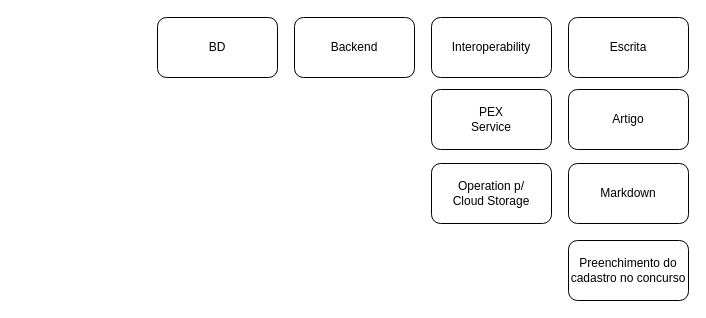
Before: page "Plano" (6 of 6) of docs/release-manager.drawio in release-manager-2023/concurso-intersystems-2023, a draw.io diagram. Source tidied: cells renumbered, new cells numbered last; positions are measured from the earlier drawing's top-left corner, leaving out a move shared by most shapes. Both pictures are drawn from the tidied source at 100%, with x=0, y=0 at pixel (157, 17).
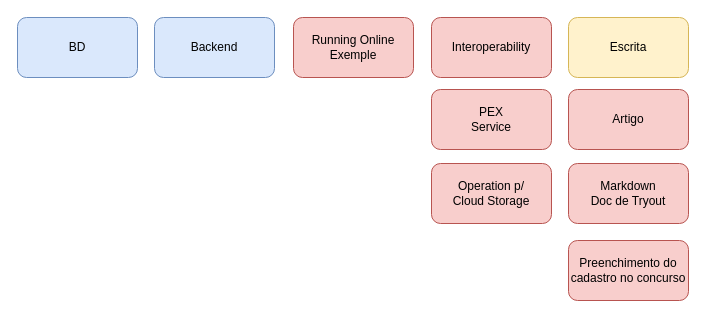
Above is the later version.

The edit, as a diff of the source:
```diff
@@
 <mxGraphModel>
   <root>
     <mxCell id="0" />
     <mxCell id="1" parent="0" />
-    <mxCell id="2" value="Backend" style="rounded=1;whiteSpace=wrap;html=1;" parent="1" vertex="1">
-      <mxGeometry x="137" width="120" height="60" as="geometry" />
+    <mxCell id="2" value="Backend" style="rounded=1;whiteSpace=wrap;html=1;fillColor=#dae8fc;strokeColor=#6c8ebf;" parent="1" vertex="1">
+      <mxGeometry x="-3" width="120" height="60" as="geometry" />
     </mxCell>
-    <mxCell id="3" value="BD" style="rounded=1;whiteSpace=wrap;html=1;" parent="1" vertex="1">
-      <mxGeometry width="120" height="60" as="geometry" />
+    <mxCell id="3" value="BD" style="rounded=1;whiteSpace=wrap;html=1;fillColor=#dae8fc;strokeColor=#6c8ebf;" parent="1" vertex="1">
+      <mxGeometry x="-140" width="120" height="60" as="geometry" />
     </mxCell>
-    <mxCell id="4" value="Interoperability" style="rounded=1;whiteSpace=wrap;html=1;" parent="1" vertex="1">
+    <mxCell id="4" value="Interoperability" style="rounded=1;whiteSpace=wrap;html=1;fillColor=#f8cecc;strokeColor=#b85450;" parent="1" vertex="1">
       <mxGeometry x="274" width="120" height="60" as="geometry" />
     </mxCell>
-    <mxCell id="5" value="Escrita" style="rounded=1;whiteSpace=wrap;html=1;" parent="1" vertex="1">
+    <mxCell id="5" value="Escrita" style="rounded=1;whiteSpace=wrap;html=1;fillColor=#fff2cc;strokeColor=#d6b656;" parent="1" vertex="1">
       <mxGeometry x="411" width="120" height="60" as="geometry" />
     </mxCell>
-    <mxCell id="6" value="PEX&lt;br&gt;Service" style="rounded=1;whiteSpace=wrap;html=1;" parent="1" vertex="1">
+    <mxCell id="6" value="PEX&lt;br&gt;Service" style="rounded=1;whiteSpace=wrap;html=1;fillColor=#f8cecc;strokeColor=#b85450;" parent="1" vertex="1">
       <mxGeometry x="274" y="72" width="120" height="60" as="geometry" />
     </mxCell>
-    <mxCell id="7" value="Operation p/&lt;br&gt;Cloud Storage" style="rounded=1;whiteSpace=wrap;html=1;" parent="1" vertex="1">
+    <mxCell id="7" value="Operation p/&lt;br&gt;Cloud Storage" style="rounded=1;whiteSpace=wrap;html=1;fillColor=#f8cecc;strokeColor=#b85450;" parent="1" vertex="1">
       <mxGeometry x="274" y="146" width="120" height="60" as="geometry" />
     </mxCell>
-    <mxCell id="8" value="Artigo" style="rounded=1;whiteSpace=wrap;html=1;" parent="1" vertex="1">
+    <mxCell id="8" value="Artigo" style="rounded=1;whiteSpace=wrap;html=1;fillColor=#f8cecc;strokeColor=#b85450;" parent="1" vertex="1">
       <mxGeometry x="411" y="72" width="120" height="60" as="geometry" />
     </mxCell>
-    <mxCell id="9" value="Markdown" style="rounded=1;whiteSpace=wrap;html=1;" parent="1" vertex="1">
+    <mxCell id="9" value="Markdown&lt;br&gt;Doc de Tryout" style="rounded=1;whiteSpace=wrap;html=1;fillColor=#f8cecc;strokeColor=#b85450;" parent="1" vertex="1">
       <mxGeometry x="411" y="146" width="120" height="60" as="geometry" />
     </mxCell>
-    <mxCell id="10" value="Preenchimento do cadastro no concurso" style="rounded=1;whiteSpace=wrap;html=1;" parent="1" vertex="1">
+    <mxCell id="10" value="Preenchimento do cadastro no concurso" style="rounded=1;whiteSpace=wrap;html=1;fillColor=#f8cecc;strokeColor=#b85450;" parent="1" vertex="1">
       <mxGeometry x="411" y="223" width="120" height="60" as="geometry" />
     </mxCell>
+    <mxCell id="11" value="Running Online&lt;br&gt;Exemple" style="rounded=1;whiteSpace=wrap;html=1;fillColor=#f8cecc;strokeColor=#b85450;" parent="1" vertex="1">
+      <mxGeometry x="136" width="120" height="60" as="geometry" />
+    </mxCell>
   </root>
 </mxGraphModel>
```
